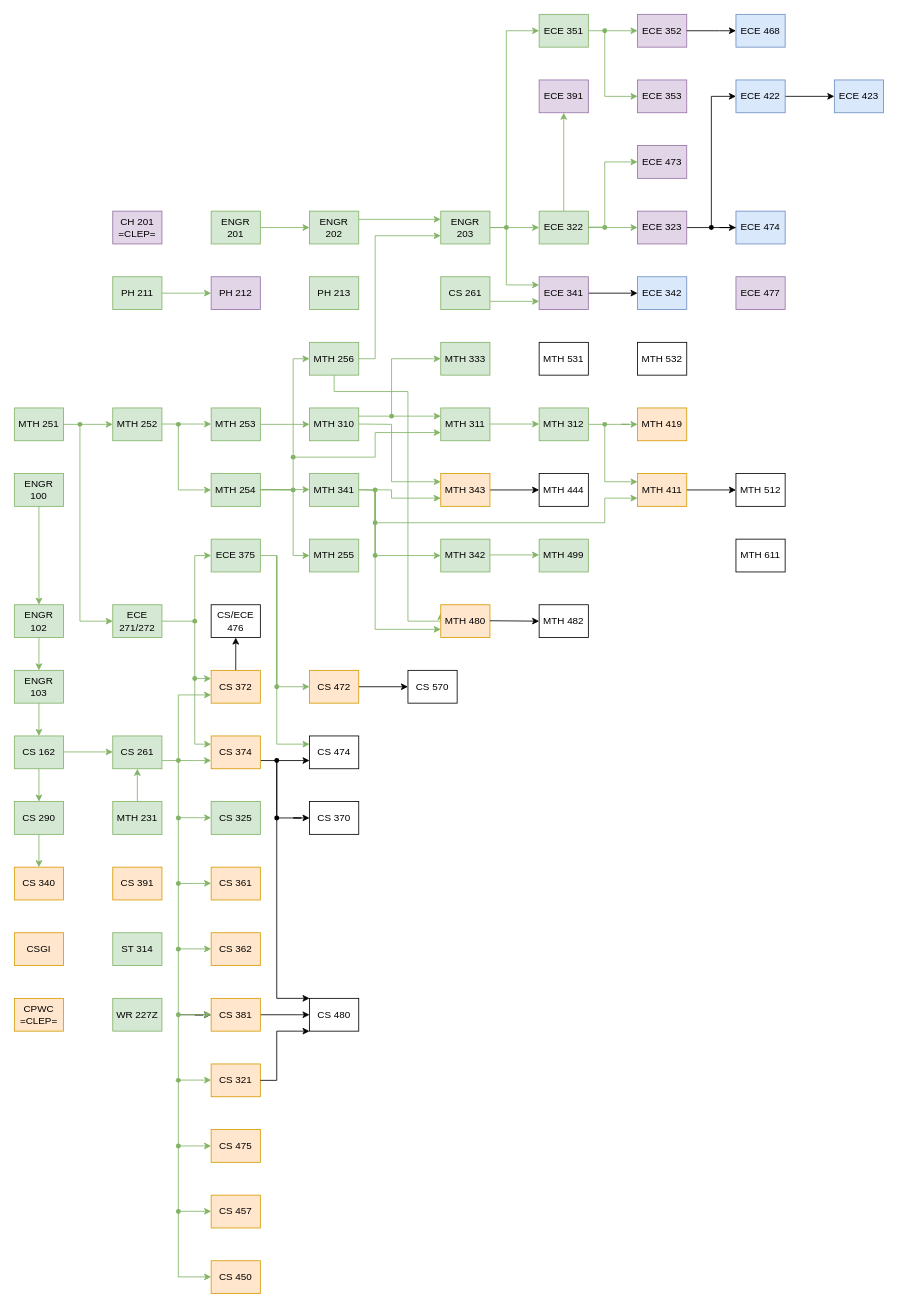
Above: Classes.drawio in Jonas-Carew/Class-Flowchart (draw.io), before the change. Source tidied: cells renumbered, new cells numbered last; positions are measured from the earlier drawing's top-left corner, leaving out a move shared by most shapes. Both pictures are drawn from the tidied source at 82%, with x=0, y=0 at pixel (14, 14).
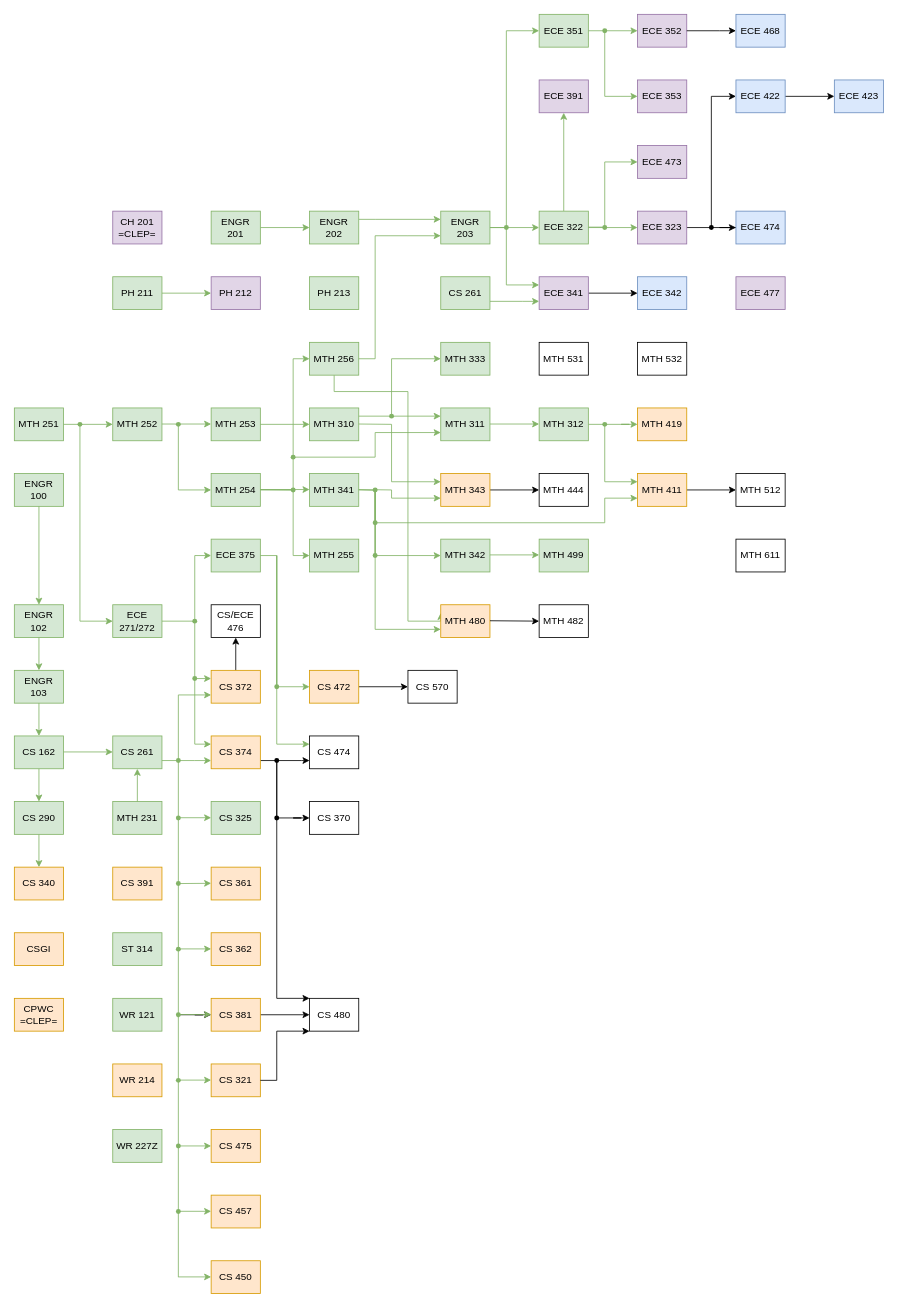
The same page after the edit.

Commit message:
Added writing classes

The edit, as a diff of the source:
```diff
@@
-    <mxCell id="65" value="WR 227Z" style="rounded=0;whiteSpace=wrap;html=1;fillColor=#d5e8d4;strokeColor=#82b366;" parent="1" vertex="1">
+    <mxCell id="65" value="WR 121" style="rounded=0;whiteSpace=wrap;html=1;fillColor=#d5e8d4;strokeColor=#82b366;" parent="1" vertex="1">
       <mxGeometry x="120" y="1200" width="60" height="40" as="geometry" />
     </mxCell>
@@
+    <mxCell id="178" value="WR 214" style="rounded=0;whiteSpace=wrap;html=1;fillColor=#ffe6cc;strokeColor=#d79b00;" parent="1" vertex="1">
+      <mxGeometry x="120" y="1280" width="60" height="40" as="geometry" />
+    </mxCell>
+    <mxCell id="179" value="WR 227Z" style="rounded=0;whiteSpace=wrap;html=1;fillColor=#d5e8d4;strokeColor=#82b366;" parent="1" vertex="1">
+      <mxGeometry x="120" y="1360" width="60" height="40" as="geometry" />
+    </mxCell>
```
